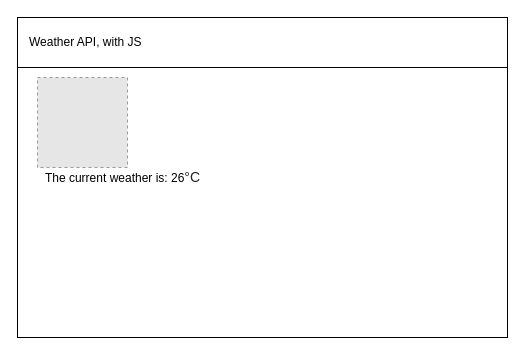
Before: design/storyboard.drawio in zaida-hammel/ICS2O-Unit6-03-JS, a draw.io diagram. Source tidied: cells renumbered, new cells numbered last; positions are measured from the earlier drawing's top-left corner, leaving out a move shared by most shapes. Both pictures are drawn from the tidied source at 100%, with x=0, y=0 at pixel (17, 17). Pictures stored in the file or linked from it are replaced by grey dashed boxes.
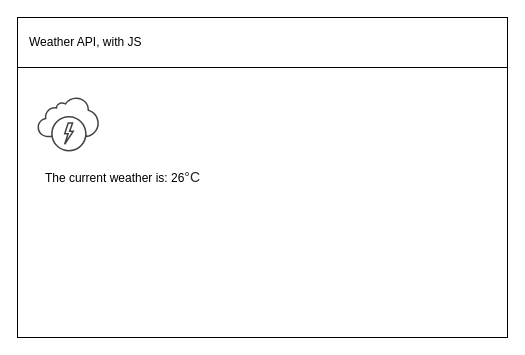
The same page after the edit.

The edit, as a diff of the source:
```diff
@@
 <mxGraphModel>
   <root>
     <mxCell id="0" />
     <mxCell id="1" parent="0" />
     <mxCell id="2" style="rounded=0;whiteSpace=wrap;html=1;" parent="1" vertex="1">
       <mxGeometry width="490" height="320" as="geometry" />
     </mxCell>
     <mxCell id="3" value="&amp;nbsp; &amp;nbsp;Weather API, with JS" style="rounded=0;whiteSpace=wrap;html=1;align=left;" parent="1" vertex="1">
       <mxGeometry width="490" height="50" as="geometry" />
     </mxCell>
     <mxCell id="4" value="The current weather is: 26&lt;span style=&quot;color: rgba(0 , 0 , 0 , 0.87) ; font-family: &amp;#34;helvetica&amp;#34; , &amp;#34;arial&amp;#34; , sans-serif ; font-size: 14px&quot;&gt;°C&lt;/span&gt;" style="text;html=1;align=center;verticalAlign=middle;strokeColor=none;fillColor=none;" parent="1" vertex="1">
       <mxGeometry x="20" y="150" width="170" height="20" as="geometry" />
     </mxCell>
-    <mxCell id="5" style="fillColor=#E6E6E6;strokeColor=#999999;dashed=1;verticalLabelPosition=bottom;labelBackgroundColor=#ffffff;verticalAlign=top;" parent="1" vertex="1">
-      <mxGeometry x="20" y="60" width="90" height="90" as="geometry" />
-    </mxCell>
+    <mxCell id="6" style="sketch=0;shadow=0;dashed=0;html=1;strokeColor=none;fillColor=#434445;labelPosition=center;verticalLabelPosition=bottom;verticalAlign=top;align=center;shape=mxgraph.vvd.service_provider_cloud_environment;" parent="1" vertex="1">
+      <mxGeometry x="20" y="80" width="61.4" height="54" as="geometry" />
+    </mxCell>
   </root>
 </mxGraphModel>
```
